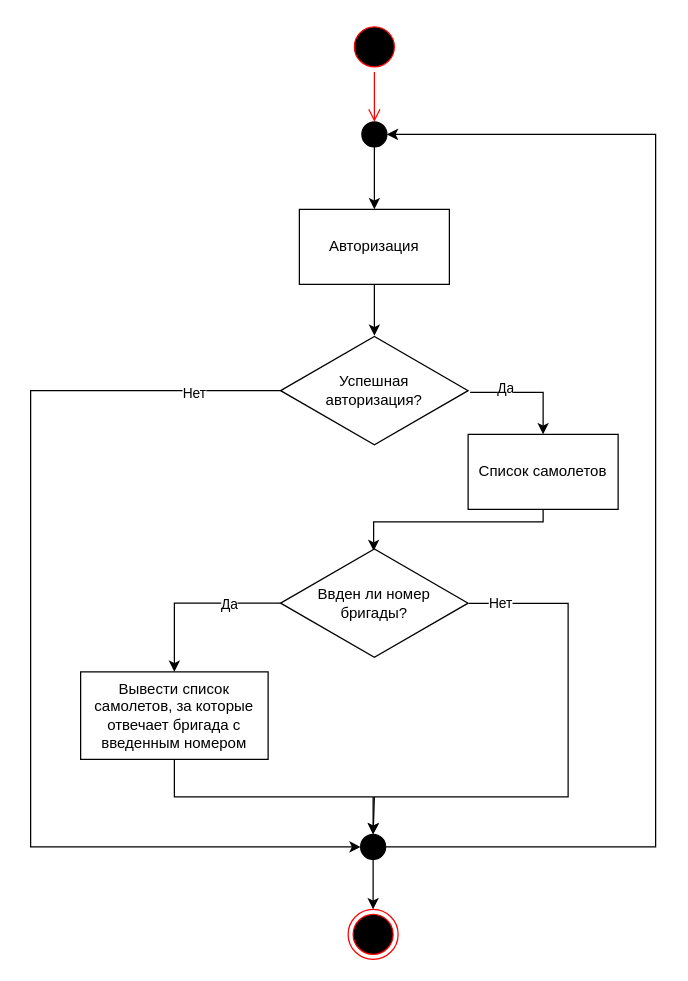
Above: page "Бригадир" (1 of 6) of Диаграммы_drawio/Сценарии_использования.drawio in CCF2P/Backend (draw.io), before the change. Source tidied: cells renumbered, new cells numbered last; positions are measured from the earlier drawing's top-left corner, leaving out a move shared by most shapes. Both pictures are drawn from the tidied source at 125%, with x=0, y=0 at pixel (30, 21).
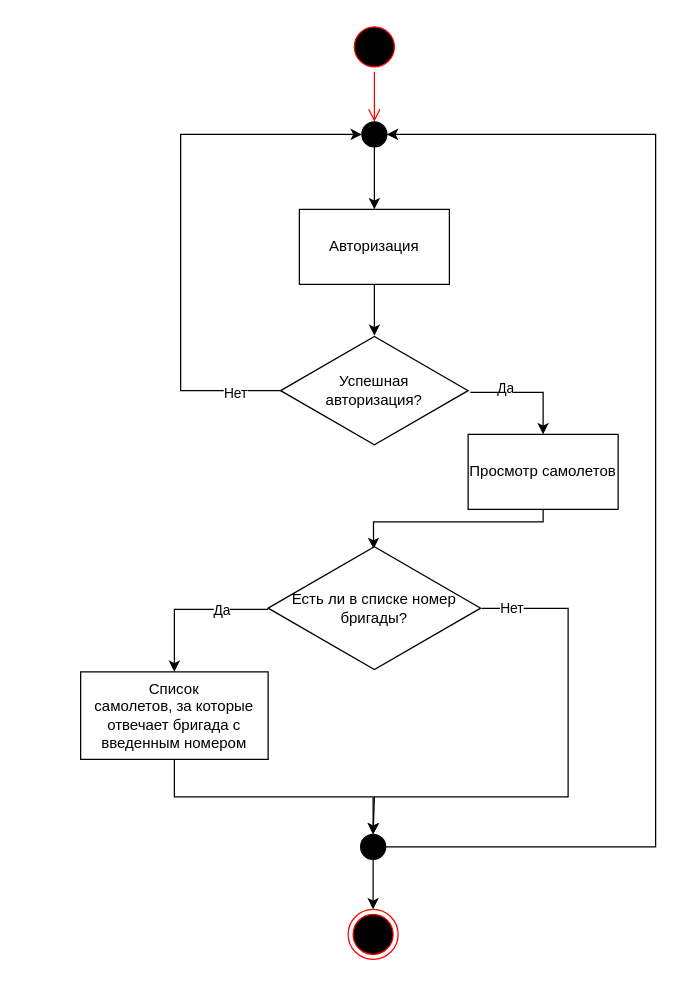
Above is the later version.

Unchanged cells that the change refers to:
```xml
<mxCell id="19" value="Успешная&lt;br&gt;авторизация?" style="html=1;whiteSpace=wrap;shape=isoRectangle;" parent="1" vertex="1">
  <mxGeometry x="200" y="250" width="150" height="90" as="geometry" />
</mxCell>
<mxCell id="21" style="ellipse;fillColor=strokeColor;html=1;" parent="1" vertex="1">
  <mxGeometry x="265" y="80" width="20" height="20" as="geometry" />
</mxCell>
<mxCell id="25" style="ellipse;fillColor=strokeColor;html=1;" parent="1" vertex="1">
  <mxGeometry x="264" y="650" width="20" height="20" as="geometry" />
</mxCell>
```

Change to the diagram source:
```diff
@@
-    <mxCell id="5" value="Список самолетов" style="rounded=0;whiteSpace=wrap;html=1;" parent="1" vertex="1">
+    <mxCell id="5" value="Просмотр самолетов" style="rounded=0;whiteSpace=wrap;html=1;" parent="1" vertex="1">
       <mxGeometry x="350" y="330" width="120" height="60" as="geometry" />
     </mxCell>
     <mxCell id="6" style="edgeStyle=orthogonalEdgeStyle;rounded=0;jettySize=auto;html=1;entryX=0.5;entryY=0;entryDx=0;entryDy=0;exitX=1.005;exitY=0.502;exitDx=0;exitDy=0;exitPerimeter=0;" parent="1" edge="1" source="10" target="25">
       <mxGeometry relative="1" as="geometry">
         <Array as="points">
-          <mxPoint x="430" y="465" />
+          <mxPoint x="430" y="469" />
           <mxPoint x="430" y="620" />
           <mxPoint x="275" y="620" />
         </Array>
       </mxGeometry>
     </mxCell>
@@
     <mxCell id="8" style="edgeStyle=orthogonalEdgeStyle;rounded=0;jettySize=auto;html=1;entryX=0.5;entryY=0;entryDx=0;entryDy=0;" parent="1" edge="1" source="10" target="12">
-      <mxGeometry relative="1" as="geometry" />
+      <mxGeometry relative="1" as="geometry">
+        <Array as="points">
+          <mxPoint x="115" y="470" />
+        </Array>
+      </mxGeometry>
     </mxCell>
@@
-    <mxCell id="10" value="Ввден ли номер&lt;br&gt;бригады?" style="html=1;whiteSpace=wrap;shape=isoRectangle;" parent="1" vertex="1">
-      <mxGeometry x="200" y="420" width="150" height="90" as="geometry" />
+    <mxCell id="10" value="Есть ли в списке номер бригады?" style="html=1;whiteSpace=wrap;shape=isoRectangle;" parent="1" vertex="1">
+      <mxGeometry x="190" y="418" width="170" height="102" as="geometry" />
     </mxCell>
@@
-    <mxCell id="12" value="Вывести список&lt;br&gt;самолетов, за которые отвечает бригада с введенным номером" style="rounded=0;whiteSpace=wrap;html=1;" parent="1" vertex="1">
+    <mxCell id="12" value="Список&lt;br&gt;самолетов, за которые отвечает бригада с введенным номером" style="rounded=0;whiteSpace=wrap;html=1;" parent="1" vertex="1">
       <mxGeometry x="40" y="520" width="150" height="70" as="geometry" />
     </mxCell>
@@
-    <mxCell id="15" style="edgeStyle=orthogonalEdgeStyle;rounded=0;jettySize=auto;html=1;entryX=0;entryY=0.5;entryDx=0;entryDy=0;" parent="1" edge="1" source="19" target="25">
+    <mxCell id="15" style="edgeStyle=orthogonalEdgeStyle;rounded=0;jettySize=auto;html=1;entryX=0;entryY=0.5;entryDx=0;entryDy=0;" parent="1" edge="1" source="19" target="21">
       <mxGeometry relative="1" as="geometry">
         <Array as="points">
-          <mxPoint y="295" />
-          <mxPoint y="660" />
+          <mxPoint x="120" y="295" />
+          <mxPoint x="120" y="90" />
         </Array>
       </mxGeometry>
     </mxCell>
```
